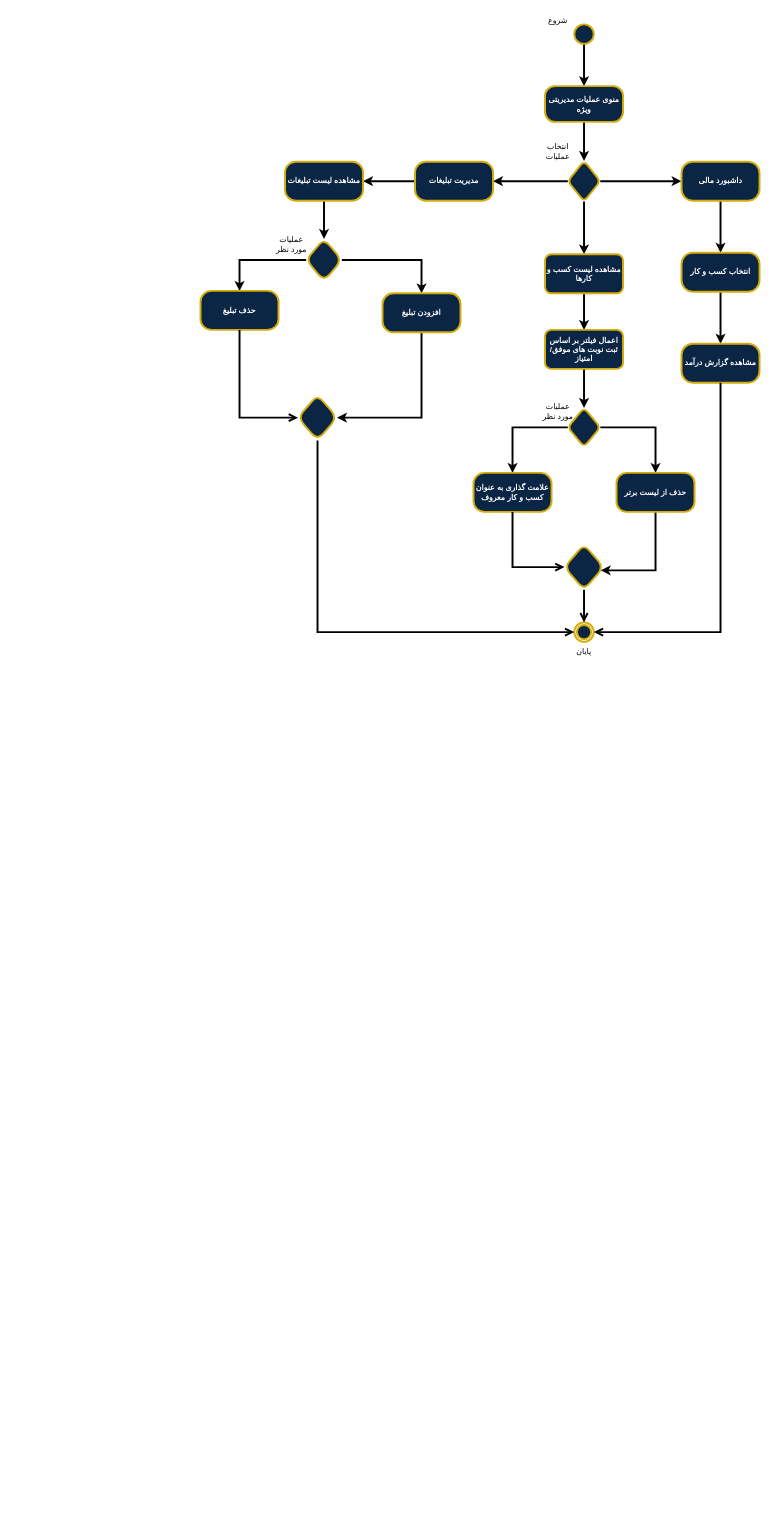
TnT74K/Project-SAD keeps this draw.io diagram as page "Copy of مدیریت کاربران" (3 of 4) of Documentation/Analysis/Modeling/Functional Models/Super Admin/super_admin_Activity_diagram_fixed3_.drawio. Above is the earlier version. Source tidied: cells renumbered, new cells numbered last; positions are measured from the earlier drawing's top-left corner, leaving out a move shared by most shapes. Both pictures are drawn from the tidied source at 65%, with x=0, y=0 at pixel (200, 11).
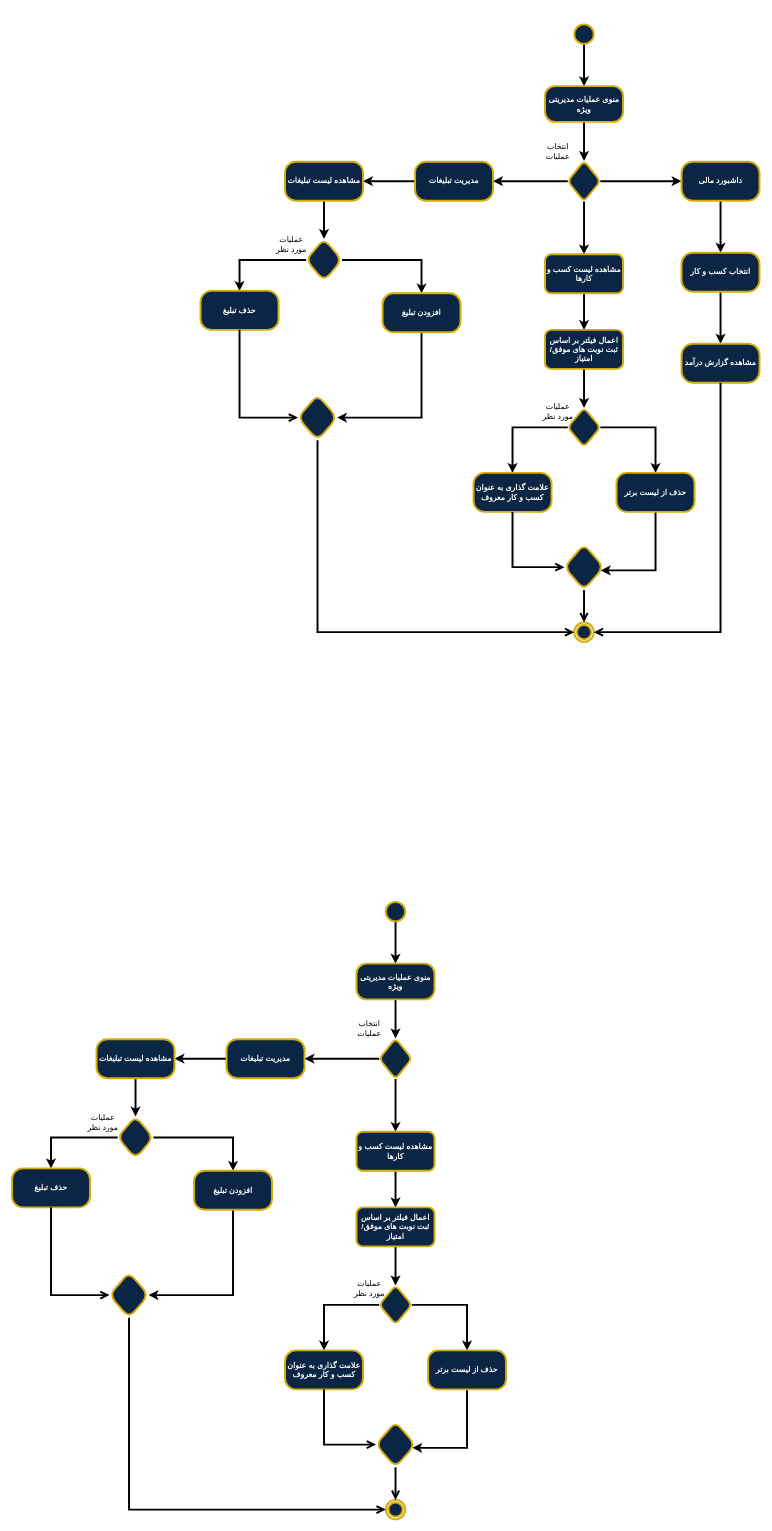
Above is the later version.

What changed in the source:
```diff
@@
-    <mxCell id="4" value="&lt;font face=&quot;zain&quot;&gt;شروع&lt;/font&gt;" style="text;html=1;whiteSpace=wrap;strokeColor=none;fillColor=none;align=center;verticalAlign=middle;rounded=0;" parent="1" vertex="1">
-      <mxGeometry x="520" width="60" height="30" as="geometry" />
-    </mxCell>
@@
-    <mxCell id="47" value="پایان" style="text;html=1;whiteSpace=wrap;strokeColor=none;fillColor=none;align=center;verticalAlign=middle;rounded=0;" parent="1" vertex="1">
-      <mxGeometry x="560" y="970" width="60" height="30" as="geometry" />
-    </mxCell>
+    <mxCell id="48" style="edgeStyle=orthogonalEdgeStyle;rounded=0;jettySize=auto;html=1;strokeWidth=3;" parent="1" edge="1" source="49" target="51">
+      <mxGeometry relative="1" as="geometry" />
+    </mxCell>
+    <mxCell id="49" style="ellipse;fillColor=light-dark(#0B2545,#0B2545);html=1;rounded=1;strokeColor=light-dark(#D4AC0D,#D4AC0D);strokeWidth=3;align=center;verticalAlign=middle;arcSize=28;fontFamily=zain;fontSize=12;fontColor=light-dark(#FFFFFF,#FFFFFF);fontStyle=1;labelBackgroundColor=none;" parent="1" vertex="1">
+      <mxGeometry x="285" y="1370" width="30" height="30" as="geometry" />
+    </mxCell>
+    <mxCell id="50" style="edgeStyle=orthogonalEdgeStyle;rounded=0;jettySize=auto;html=1;strokeWidth=3;" parent="1" edge="1" source="51" target="54">
+      <mxGeometry relative="1" as="geometry" />
+    </mxCell>
+    <mxCell id="51" value="منوی عملیات مدیریتی ویژه" style="whiteSpace=wrap;html=1;fontFamily=zain;fillColor=light-dark(#0B2545,#0B2545);strokeColor=light-dark(#D4AC0D,#D4AC0D);fontColor=light-dark(#FFFFFF,#FFFFFF);rounded=1;strokeWidth=3;arcSize=28;fontStyle=1;labelBackgroundColor=none;" parent="1" vertex="1">
+      <mxGeometry x="240" y="1465" width="120" height="55" as="geometry" />
+    </mxCell>
+    <mxCell id="52" style="edgeStyle=orthogonalEdgeStyle;rounded=0;jettySize=auto;html=1;strokeWidth=3;" parent="1" edge="1" source="54" target="56">
+      <mxGeometry relative="1" as="geometry" />
+    </mxCell>
+    <mxCell id="53" style="edgeStyle=orthogonalEdgeStyle;rounded=0;jettySize=auto;html=1;strokeWidth=3;" parent="1" edge="1" source="54" target="58">
+      <mxGeometry relative="1" as="geometry" />
+    </mxCell>
+    <mxCell id="54" style="rhombus;whiteSpace=wrap;html=1;fontFamily=zain;fillColor=light-dark(#0B2545,#0B2545);strokeColor=light-dark(#D4AC0D,#D4AC0D);fontColor=light-dark(#FFFFFF,#FFFFFF);rounded=1;strokeWidth=3;arcSize=16;fontStyle=1;labelBackgroundColor=none;" parent="1" vertex="1">
+      <mxGeometry x="275" y="1580" width="50" height="62.5" as="geometry" />
+    </mxCell>
+    <mxCell id="55" style="edgeStyle=orthogonalEdgeStyle;rounded=0;jettySize=auto;html=1;strokeWidth=3;" parent="1" edge="1" source="56" target="61">
+      <mxGeometry relative="1" as="geometry" />
+    </mxCell>
+    <mxCell id="56" value="مدیریت تبلیغات" style="whiteSpace=wrap;html=1;fontFamily=zain;fillColor=light-dark(#0B2545,#0B2545);strokeColor=light-dark(#D4AC0D,#D4AC0D);fontColor=light-dark(#FFFFFF,#FFFFFF);rounded=1;strokeWidth=3;arcSize=28;fontStyle=1;labelBackgroundColor=none;" parent="1" vertex="1">
+      <mxGeometry x="40" y="1581.2" width="120" height="60" as="geometry" />
+    </mxCell>
+    <mxCell id="57" style="edgeStyle=orthogonalEdgeStyle;rounded=0;jettySize=auto;html=1;strokeWidth=3;" parent="1" edge="1" source="58" target="71">
+      <mxGeometry relative="1" as="geometry" />
+    </mxCell>
+    <mxCell id="58" value="مشاهده لیست کسب و کارها" style="whiteSpace=wrap;html=1;fontFamily=zain;fillColor=light-dark(#0B2545,#0B2545);strokeColor=light-dark(#D4AC0D,#D4AC0D);fontColor=light-dark(#FFFFFF,#FFFFFF);rounded=1;strokeWidth=3;arcSize=16;fontStyle=1;labelBackgroundColor=none;" parent="1" vertex="1">
+      <mxGeometry x="240" y="1723.8" width="120" height="60" as="geometry" />
+    </mxCell>
+    <mxCell id="59" value="&lt;font face=&quot;zain&quot;&gt;انتخاب عملیات&lt;/font&gt;" style="text;html=1;whiteSpace=wrap;strokeColor=none;fillColor=none;align=center;verticalAlign=middle;rounded=0;" parent="1" vertex="1">
+      <mxGeometry x="230" y="1550" width="60" height="30" as="geometry" />
+    </mxCell>
+    <mxCell id="60" style="edgeStyle=orthogonalEdgeStyle;rounded=0;jettySize=auto;html=1;strokeWidth=3;" parent="1" edge="1" source="61" target="64">
+      <mxGeometry relative="1" as="geometry" />
+    </mxCell>
+    <mxCell id="61" value="مشاهده لیست تبلیغات" style="whiteSpace=wrap;html=1;fontFamily=zain;fillColor=light-dark(#0B2545,#0B2545);strokeColor=light-dark(#D4AC0D,#D4AC0D);fontColor=light-dark(#FFFFFF,#FFFFFF);rounded=1;strokeWidth=3;arcSize=28;fontStyle=1;labelBackgroundColor=none;" parent="1" vertex="1">
+      <mxGeometry x="-160" y="1581.2" width="120" height="60" as="geometry" />
+    </mxCell>
+    <mxCell id="62" style="edgeStyle=orthogonalEdgeStyle;rounded=0;jettySize=auto;html=1;strokeWidth=3;" parent="1" edge="1" source="64" target="67">
+      <mxGeometry relative="1" as="geometry" />
+    </mxCell>
+    <mxCell id="63" style="edgeStyle=orthogonalEdgeStyle;rounded=0;jettySize=auto;html=1;strokeWidth=3;" parent="1" edge="1" source="64" target="68">
+      <mxGeometry relative="1" as="geometry" />
+    </mxCell>
+    <mxCell id="64" style="rhombus;whiteSpace=wrap;html=1;fontFamily=zain;fillColor=light-dark(#0B2545,#0B2545);strokeColor=light-dark(#D4AC0D,#D4AC0D);fontColor=light-dark(#FFFFFF,#FFFFFF);rounded=1;strokeWidth=3;arcSize=28;fontStyle=1;labelBackgroundColor=none;" parent="1" vertex="1">
+      <mxGeometry x="-127.5" y="1700" width="55" height="65" as="geometry" />
+    </mxCell>
+    <mxCell id="65" value="&lt;font face=&quot;zain&quot;&gt;عملیات مورد نظر&lt;/font&gt;" style="text;html=1;whiteSpace=wrap;strokeColor=none;fillColor=none;align=center;verticalAlign=middle;rounded=0;" parent="1" vertex="1">
+      <mxGeometry x="-180" y="1693.8" width="60" height="30" as="geometry" />
+    </mxCell>
+    <mxCell id="66" style="edgeStyle=orthogonalEdgeStyle;rounded=0;jettySize=auto;html=1;strokeWidth=3;" parent="1" edge="1" source="67" target="69">
+      <mxGeometry relative="1" as="geometry">
+        <Array as="points">
+          <mxPoint x="50" y="1975" />
+        </Array>
+      </mxGeometry>
+    </mxCell>
+    <mxCell id="67" value="افزودن تبلیغ" style="whiteSpace=wrap;html=1;fontFamily=zain;fillColor=light-dark(#0B2545,#0B2545);strokeColor=light-dark(#D4AC0D,#D4AC0D);fontColor=light-dark(#FFFFFF,#FFFFFF);rounded=1;strokeWidth=3;arcSize=28;fontStyle=1;labelBackgroundColor=none;" parent="1" vertex="1">
+      <mxGeometry x="-10" y="1783.8" width="120" height="60" as="geometry" />
+    </mxCell>
+    <mxCell id="68" value="حذف تبلیغ" style="whiteSpace=wrap;html=1;fontFamily=zain;fillColor=light-dark(#0B2545,#0B2545);strokeColor=light-dark(#D4AC0D,#D4AC0D);fontColor=light-dark(#FFFFFF,#FFFFFF);rounded=1;strokeWidth=3;arcSize=28;fontStyle=1;labelBackgroundColor=none;" parent="1" vertex="1">
+      <mxGeometry x="-290" y="1780" width="120" height="60" as="geometry" />
+    </mxCell>
+    <mxCell id="69" style="rhombus;whiteSpace=wrap;html=1;fontFamily=zain;fillColor=light-dark(#0B2545,#0B2545);strokeColor=light-dark(#D4AC0D,#D4AC0D);fontColor=light-dark(#FFFFFF,#FFFFFF);rounded=1;strokeWidth=3;arcSize=28;fontStyle=1;labelBackgroundColor=none;" parent="1" vertex="1">
+      <mxGeometry x="-140" y="1940" width="60" height="70" as="geometry" />
+    </mxCell>
+    <mxCell id="70" style="edgeStyle=orthogonalEdgeStyle;rounded=0;jettySize=auto;html=1;strokeWidth=3;" parent="1" edge="1" source="71" target="74">
+      <mxGeometry relative="1" as="geometry" />
+    </mxCell>
+    <mxCell id="71" value="اعمال فیلتر بر اساس ثبت نوبت های موفق/امتیاز" style="whiteSpace=wrap;html=1;fontFamily=zain;fillColor=light-dark(#0B2545,#0B2545);strokeColor=light-dark(#D4AC0D,#D4AC0D);fontColor=light-dark(#FFFFFF,#FFFFFF);rounded=1;strokeWidth=3;arcSize=16;fontStyle=1;labelBackgroundColor=none;" parent="1" vertex="1">
+      <mxGeometry x="240" y="1840" width="120" height="60" as="geometry" />
+    </mxCell>
+    <mxCell id="72" style="edgeStyle=orthogonalEdgeStyle;rounded=0;jettySize=auto;html=1;strokeWidth=3;" parent="1" edge="1" source="74" target="77">
+      <mxGeometry relative="1" as="geometry" />
+    </mxCell>
+    <mxCell id="73" style="edgeStyle=orthogonalEdgeStyle;rounded=0;jettySize=auto;html=1;strokeWidth=3;" parent="1" edge="1" source="74" target="78">
+      <mxGeometry relative="1" as="geometry" />
+    </mxCell>
+    <mxCell id="74" style="rhombus;whiteSpace=wrap;html=1;fontFamily=zain;fillColor=light-dark(#0B2545,#0B2545);strokeColor=light-dark(#D4AC0D,#D4AC0D);fontColor=light-dark(#FFFFFF,#FFFFFF);rounded=1;strokeWidth=3;arcSize=16;fontStyle=1;labelBackgroundColor=none;" parent="1" vertex="1">
+      <mxGeometry x="275" y="1960" width="50" height="60" as="geometry" />
+    </mxCell>
+    <mxCell id="75" value="&lt;font face=&quot;zain&quot;&gt;عملیات مورد نظر&lt;/font&gt;" style="text;html=1;whiteSpace=wrap;strokeColor=none;fillColor=none;align=center;verticalAlign=middle;rounded=0;" parent="1" vertex="1">
+      <mxGeometry x="230" y="1950" width="60" height="30" as="geometry" />
+    </mxCell>
+    <mxCell id="76" style="edgeStyle=orthogonalEdgeStyle;rounded=0;jettySize=auto;html=1;strokeWidth=3;" parent="1" edge="1" source="77" target="79">
+      <mxGeometry relative="1" as="geometry">
+        <Array as="points">
+          <mxPoint x="410" y="2210" />
+        </Array>
+      </mxGeometry>
+    </mxCell>
+    <mxCell id="77" value="حذف از لیست برتر" style="whiteSpace=wrap;html=1;fontFamily=zain;fillColor=light-dark(#0B2545,#0B2545);strokeColor=light-dark(#D4AC0D,#D4AC0D);fontColor=light-dark(#FFFFFF,#FFFFFF);rounded=1;strokeWidth=3;arcSize=26;fontStyle=1;labelBackgroundColor=none;" parent="1" vertex="1">
+      <mxGeometry x="350" y="2060" width="120" height="60" as="geometry" />
+    </mxCell>
+    <mxCell id="78" value="علامت گذاری به عنوان کسب و کار معروف" style="whiteSpace=wrap;html=1;fontFamily=zain;fillColor=light-dark(#0B2545,#0B2545);strokeColor=light-dark(#D4AC0D,#D4AC0D);fontColor=light-dark(#FFFFFF,#FFFFFF);rounded=1;strokeWidth=3;arcSize=28;fontStyle=1;labelBackgroundColor=none;" parent="1" vertex="1">
+      <mxGeometry x="130" y="2060" width="120" height="60" as="geometry" />
+    </mxCell>
+    <mxCell id="79" style="rhombus;whiteSpace=wrap;html=1;fontFamily=zain;fillColor=light-dark(#0B2545,#0B2545);strokeColor=light-dark(#D4AC0D,#D4AC0D);fontColor=light-dark(#FFFFFF,#FFFFFF);rounded=1;strokeWidth=3;arcSize=26;fontStyle=1;labelBackgroundColor=none;" parent="1" vertex="1">
+      <mxGeometry x="270" y="2170" width="60" height="70" as="geometry" />
+    </mxCell>
+    <mxCell id="80" style="ellipse;html=1;shape=endState;fillColor=light-dark(#0B2545,#0B2545);rounded=1;strokeColor=light-dark(#D4AC0D,#D4AC0D);strokeWidth=3;align=center;verticalAlign=middle;arcSize=28;fontFamily=zain;fontSize=12;fontColor=light-dark(#FFFFFF,#FFFFFF);fontStyle=1;labelBackgroundColor=none;" parent="1" vertex="1">
+      <mxGeometry x="285" y="2290" width="30" height="30" as="geometry" />
+    </mxCell>
+    <mxCell id="81" style="endArrow=open;startArrow=none;endFill=0;startFill=0;endSize=8;html=1;verticalAlign=bottom;labelBackgroundColor=none;strokeWidth=3;rounded=0;exitX=0.5;exitY=1;exitDx=0;exitDy=0;entryX=0;entryY=0.5;entryDx=0;entryDy=0;" parent="1" edge="1" source="68" target="69">
+      <mxGeometry relative="1" as="geometry">
+        <Array as="points">
+          <mxPoint x="-230" y="1975" />
+        </Array>
+      </mxGeometry>
+    </mxCell>
+    <mxCell id="82" style="endArrow=open;startArrow=none;endFill=0;startFill=0;endSize=8;html=1;verticalAlign=bottom;labelBackgroundColor=none;strokeWidth=3;rounded=0;exitX=0.5;exitY=1;exitDx=0;exitDy=0;entryX=0;entryY=0.5;entryDx=0;entryDy=0;" parent="1" edge="1" source="69" target="80">
+      <mxGeometry relative="1" as="geometry">
+        <Array as="points">
+          <mxPoint x="-110" y="2305" />
+        </Array>
+      </mxGeometry>
+    </mxCell>
+    <mxCell id="83" style="endArrow=open;startArrow=none;endFill=0;startFill=0;endSize=8;html=1;verticalAlign=bottom;labelBackgroundColor=none;strokeWidth=3;rounded=0;exitX=0.5;exitY=1;exitDx=0;exitDy=0;entryX=0.5;entryY=0;entryDx=0;entryDy=0;" parent="1" edge="1" source="79" target="80">
+      <mxGeometry relative="1" as="geometry" />
+    </mxCell>
+    <mxCell id="84" style="endArrow=open;startArrow=none;endFill=0;startFill=0;endSize=8;html=1;verticalAlign=bottom;labelBackgroundColor=none;strokeWidth=3;rounded=0;exitX=0.5;exitY=1;exitDx=0;exitDy=0;entryX=0;entryY=0.5;entryDx=0;entryDy=0;" parent="1" edge="1" source="78" target="79">
+      <mxGeometry relative="1" as="geometry">
+        <Array as="points">
+          <mxPoint x="190" y="2205" />
+        </Array>
+      </mxGeometry>
+    </mxCell>
```
